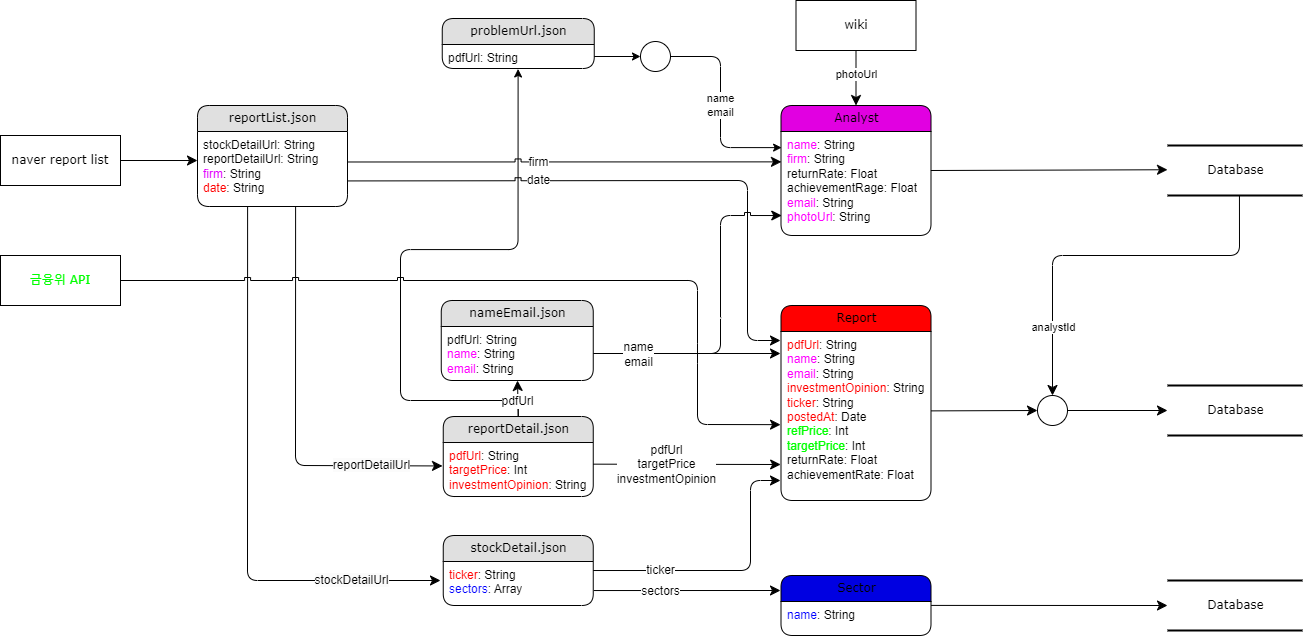
This is diagram/DataFlow.drawio.png from PDA-stockX/research-crawling, a draw.io export, as it was before one commit. Source tidied: cells renumbered, new cells last; positions are measured from the earlier drawing's top-left corner, leaving out a move shared by most shapes.
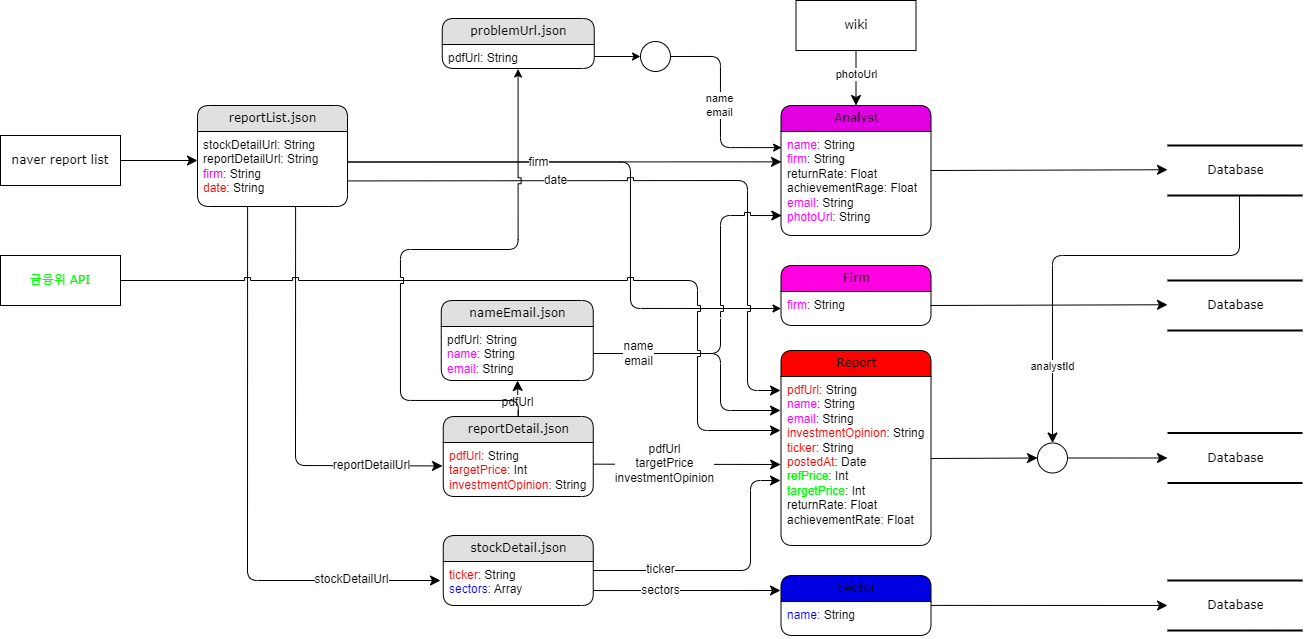
After the change.

Diff of the diagram source:
```diff
@@ -2,21 +2,23 @@
   <root>
     <mxCell id="0" />
     <mxCell id="1" parent="0" />
+    <mxCell id="59" style="edgeStyle=orthogonalEdgeStyle;rounded=1;jettySize=auto;html=1;entryX=0;entryY=0.5;entryDx=0;entryDy=0;exitX=0.999;exitY=0.412;exitDx=0;exitDy=0;exitPerimeter=0;curved=0;" parent="1" edge="1" source="7" target="61">
+      <mxGeometry relative="1" as="geometry">
+        <Array as="points">
+          <mxPoint x="630" y="162" />
+          <mxPoint x="630" y="308" />
+        </Array>
+      </mxGeometry>
+    </mxCell>
     <mxCell id="2" style="edgeStyle=none;html=1;labelBackgroundColor=none;startFill=0;startSize=8;endFill=1;endSize=8;fontFamily=Verdana;fontSize=12;exitX=1;exitY=0.5;exitDx=0;exitDy=0;" parent="1" edge="1" source="37">
       <mxGeometry relative="1" as="geometry">
-        <mxPoint x="780" y="353" as="targetPoint" />
+        <mxPoint x="780" y="410" as="targetPoint" />
+        <Array as="points">
+          <mxPoint x="720" y="353" />
+          <mxPoint x="720" y="410" />
+        </Array>
       </mxGeometry>
     </mxCell>
-    <mxCell id="3" style="edgeStyle=orthogonalEdgeStyle;rounded=1;jettySize=auto;html=1;exitX=0.5;exitY=0;exitDx=0;exitDy=0;entryX=0.499;entryY=1.02;entryDx=0;entryDy=0;entryPerimeter=0;curved=0;" parent="1" edge="1" source="32" target="54">
-      <mxGeometry relative="1" as="geometry">
-        <Array as="points">
-          <mxPoint x="518" y="400" />
-          <mxPoint x="400" y="400" />
-          <mxPoint x="400" y="249" />
-          <mxPoint x="518" y="249" />
-        </Array>
-      </mxGeometry>
-    </mxCell>
     <mxCell id="4" value="naver report list" style="whiteSpace=wrap;html=1;rounded=0;shadow=0;comic=0;labelBackgroundColor=none;strokeWidth=1;fontFamily=Verdana;fontSize=12;align=center;" parent="1" vertex="1">
       <mxGeometry y="135" width="120" height="50" as="geometry" />
     </mxCell>
@@ -72,17 +74,17 @@
       <mxGeometry x="-0.12" relative="1" as="geometry" />
     </mxCell>
     <mxCell id="19" value="Report" style="swimlane;html=1;fontStyle=0;horizontal=1;startSize=26;fillColor=#ff0000;swimlaneFillColor=#ffffff;align=center;rounded=1;shadow=0;comic=0;labelBackgroundColor=none;strokeWidth=1;fontFamily=Verdana;fontSize=12;" parent="1" vertex="1">
-      <mxGeometry x="780.5" y="305" width="150" height="195" as="geometry" />
+      <mxGeometry x="780.5" y="350" width="150" height="195" as="geometry" />
     </mxCell>
     <mxCell id="20" value="&lt;font color=&quot;#ff0000&quot;&gt;pdfUrl&lt;/font&gt;: String&lt;div&gt;&lt;font color=&quot;#ff00ff&quot;&gt;name&lt;/font&gt;: String&lt;font style=&quot;background-color: initial;&quot; color=&quot;#ff0000&quot;&gt;&lt;br&gt;&lt;/font&gt;&lt;/div&gt;&lt;div&gt;&lt;font color=&quot;#ff00ff&quot;&gt;email&lt;/font&gt;: String&lt;br&gt;&lt;/div&gt;&lt;div&gt;&lt;font style=&quot;background-color: initial;&quot; color=&quot;#ff0000&quot;&gt;investmentOpinion&lt;/font&gt;&lt;span style=&quot;background-color: initial;&quot;&gt;: String&lt;/span&gt;&lt;br&gt;&lt;/div&gt;&lt;div&gt;&lt;font color=&quot;#ff0000&quot;&gt;ticker&lt;/font&gt;: String&lt;/div&gt;&lt;div&gt;&lt;font color=&quot;#ff0000&quot;&gt;postedAt&lt;/font&gt;: Date&lt;/div&gt;&lt;div&gt;&lt;font color=&quot;#00ff00&quot;&gt;refPrice&lt;/font&gt;: Int&lt;/div&gt;&lt;div&gt;&lt;font color=&quot;#00ff00&quot;&gt;targetPrice&lt;/font&gt;: Int&lt;/div&gt;&lt;div&gt;returnRate: Float&lt;/div&gt;&lt;div&gt;achievementRate: Float&lt;/div&gt;&lt;div&gt;&lt;br&gt;&lt;/div&gt;" style="text;html=1;strokeColor=none;fillColor=none;spacingLeft=4;spacingRight=4;whiteSpace=wrap;overflow=hidden;points=[[0,0.5],[1,0.5]];portConstraint=eastwest;align=left;" parent="19" vertex="1">
       <mxGeometry y="26" width="150" height="164" as="geometry" />
     </mxCell>
     <mxCell id="21" style="edgeStyle=none;html=1;labelBackgroundColor=none;startFill=0;startSize=8;endFill=1;endSize=8;fontFamily=Verdana;fontSize=12;exitX=0.999;exitY=0.668;exitDx=0;exitDy=0;exitPerimeter=0;jumpStyle=sharp;" parent="1" edge="1" source="7">
       <mxGeometry relative="1" as="geometry">
-        <mxPoint x="780" y="340" as="targetPoint" />
+        <mxPoint x="780" y="390" as="targetPoint" />
         <Array as="points">
           <mxPoint x="747" y="180" />
-          <mxPoint x="747" y="340" />
+          <mxPoint x="747" y="390" />
         </Array>
       </mxGeometry>
     </mxCell>
@@ -157,22 +159,23 @@
     <mxCell id="39" value="pdfUrl" style="edgeLabel;html=1;align=center;verticalAlign=middle;fontSize=12;" parent="38" vertex="1">
       <mxGeometry x="-0.18" y="1" relative="1" as="geometry" />
     </mxCell>
-    <mxCell id="40" style="edgeStyle=none;html=1;labelBackgroundColor=none;startFill=0;startSize=8;endFill=1;endSize=8;fontFamily=Verdana;fontSize=12;exitX=1;exitY=0.5;exitDx=0;exitDy=0;entryX=-0.003;entryY=0.568;entryDx=0;entryDy=0;entryPerimeter=0;jumpStyle=sharp;" parent="1" edge="1" source="14" target="20">
+    <mxCell id="40" style="edgeStyle=none;html=1;labelBackgroundColor=none;startFill=0;startSize=8;endFill=1;endSize=8;fontFamily=Verdana;fontSize=12;exitX=1;exitY=0.5;exitDx=0;exitDy=0;jumpStyle=sharp;" parent="1" edge="1" source="14">
       <mxGeometry relative="1" as="geometry">
+        <mxPoint x="780" y="430" as="targetPoint" />
         <Array as="points">
           <mxPoint x="697" y="280" />
-          <mxPoint x="697" y="424" />
+          <mxPoint x="697" y="430" />
         </Array>
       </mxGeometry>
     </mxCell>
     <mxCell id="41" style="ellipse;whiteSpace=wrap;html=1;rounded=1;shadow=0;comic=0;labelBackgroundColor=none;strokeWidth=1;fontFamily=Verdana;fontSize=12;align=center;" parent="1" vertex="1">
-      <mxGeometry x="1037" y="395" width="30" height="30" as="geometry" />
+      <mxGeometry x="1037" y="442.5" width="30" height="30" as="geometry" />
     </mxCell>
     <mxCell id="42" value="Database" style="html=1;rounded=0;shadow=0;comic=0;labelBackgroundColor=none;strokeWidth=2;fontFamily=Verdana;fontSize=12;align=center;shape=mxgraph.ios7ui.horLines;" parent="1" vertex="1">
       <mxGeometry x="1167" y="145" width="135" height="50" as="geometry" />
     </mxCell>
     <mxCell id="43" value="Database" style="html=1;rounded=0;shadow=0;comic=0;labelBackgroundColor=none;strokeWidth=2;fontFamily=Verdana;fontSize=12;align=center;shape=mxgraph.ios7ui.horLines;" parent="1" vertex="1">
-      <mxGeometry x="1167" y="385" width="135" height="50" as="geometry" />
+      <mxGeometry x="1167" y="432.5" width="135" height="50" as="geometry" />
     </mxCell>
     <mxCell id="44" value="Database" style="html=1;rounded=0;shadow=0;comic=0;labelBackgroundColor=none;strokeWidth=2;fontFamily=Verdana;fontSize=12;align=center;shape=mxgraph.ios7ui.horLines;" parent="1" vertex="1">
       <mxGeometry x="1167" y="580" width="135" height="50" as="geometry" />
@@ -183,7 +186,7 @@
     <mxCell id="46" style="edgeStyle=none;html=1;labelBackgroundColor=none;startFill=0;startSize=8;endFill=1;endSize=8;fontFamily=Verdana;fontSize=12;exitX=1;exitY=0.5;exitDx=0;exitDy=0;" parent="1" edge="1" source="41" target="43">
       <mxGeometry relative="1" as="geometry" />
     </mxCell>
-    <mxCell id="47" style="edgeStyle=none;html=1;labelBackgroundColor=none;startFill=0;startSize=8;endFill=1;endSize=8;fontFamily=Verdana;fontSize=12;entryX=0.5;entryY=0;entryDx=0;entryDy=0;exitX=0.533;exitY=0.991;exitDx=0;exitDy=0;exitPerimeter=0;" parent="1" edge="1" source="42" target="41">
+    <mxCell id="47" style="edgeStyle=none;html=1;labelBackgroundColor=none;startFill=0;startSize=8;endFill=1;endSize=8;fontFamily=Verdana;fontSize=12;entryX=0.5;entryY=0;entryDx=0;entryDy=0;exitX=0.533;exitY=0.991;exitDx=0;exitDy=0;exitPerimeter=0;jumpStyle=sharp;" parent="1" edge="1" source="42" target="41">
       <mxGeometry relative="1" as="geometry">
         <Array as="points">
           <mxPoint x="1239" y="255" />
@@ -194,7 +197,7 @@
     <mxCell id="48" value="analystId" style="edgeLabel;html=1;align=center;verticalAlign=middle;" parent="47" vertex="1">
       <mxGeometry x="0.65" relative="1" as="geometry" />
     </mxCell>
-    <mxCell id="49" style="edgeStyle=none;html=1;labelBackgroundColor=none;startFill=0;startSize=8;endFill=1;endSize=8;fontFamily=Verdana;fontSize=12;entryX=0;entryY=0.5;entryDx=0;entryDy=0;exitX=1;exitY=0.484;exitDx=0;exitDy=0;exitPerimeter=0;" parent="1" edge="1" source="20" target="41">
+    <mxCell id="49" style="edgeStyle=none;html=1;labelBackgroundColor=none;startFill=0;startSize=8;endFill=1;endSize=8;fontFamily=Verdana;fontSize=12;entryX=0;entryY=0.5;entryDx=0;entryDy=0;exitX=1;exitY=0.5;exitDx=0;exitDy=0;" parent="1" edge="1" source="20" target="41">
       <mxGeometry relative="1" as="geometry" />
     </mxCell>
     <mxCell id="50" style="edgeStyle=none;html=1;labelBackgroundColor=none;startFill=0;startSize=8;endFill=1;endSize=8;fontFamily=Verdana;fontSize=12;entryX=0;entryY=0.5;entryDx=0;entryDy=0;entryPerimeter=0;exitX=1.001;exitY=0.115;exitDx=0;exitDy=0;exitPerimeter=0;" parent="1" edge="1" source="24" target="44">
@@ -229,5 +232,29 @@
     <mxCell id="58" style="ellipse;whiteSpace=wrap;html=1;rounded=1;shadow=0;comic=0;labelBackgroundColor=none;strokeWidth=1;fontFamily=Verdana;fontSize=12;align=center;" parent="1" vertex="1">
       <mxGeometry x="640" y="41" width="30" height="30" as="geometry" />
     </mxCell>
+    <mxCell id="60" value="Firm" style="swimlane;html=1;fontStyle=0;horizontal=1;startSize=26;fillColor=#ff00e1;swimlaneFillColor=#ffffff;align=center;rounded=1;shadow=0;comic=0;labelBackgroundColor=none;strokeWidth=1;fontFamily=Verdana;fontSize=12;" parent="1" vertex="1">
+      <mxGeometry x="780.5" y="265" width="150" height="60" as="geometry" />
+    </mxCell>
+    <mxCell id="61" value="&lt;span style=&quot;color: rgb(255, 0, 255);&quot;&gt;firm&lt;/span&gt;: String" style="text;html=1;strokeColor=none;fillColor=none;spacingLeft=4;spacingRight=4;whiteSpace=wrap;overflow=hidden;points=[[0,0.5],[1,0.5]];portConstraint=eastwest;align=left;" parent="60" vertex="1">
+      <mxGeometry y="26" width="150" height="34" as="geometry" />
+    </mxCell>
+    <mxCell id="3" style="edgeStyle=orthogonalEdgeStyle;rounded=1;jettySize=auto;html=1;exitX=0.5;exitY=0;exitDx=0;exitDy=0;entryX=0.499;entryY=1.02;entryDx=0;entryDy=0;entryPerimeter=0;curved=0;jumpStyle=sharp;" parent="1" edge="1" source="32" target="54">
+      <mxGeometry relative="1" as="geometry">
+        <Array as="points">
+          <mxPoint x="518" y="400" />
+          <mxPoint x="400" y="400" />
+          <mxPoint x="400" y="249" />
+          <mxPoint x="518" y="249" />
+        </Array>
+      </mxGeometry>
+    </mxCell>
+    <mxCell id="62" value="Database" style="html=1;rounded=0;shadow=0;comic=0;labelBackgroundColor=none;strokeWidth=2;fontFamily=Verdana;fontSize=12;align=center;shape=mxgraph.ios7ui.horLines;" parent="1" vertex="1">
+      <mxGeometry x="1167" y="280" width="135" height="50" as="geometry" />
+    </mxCell>
+    <mxCell id="63" style="edgeStyle=none;html=1;labelBackgroundColor=none;startFill=0;startSize=8;endFill=1;endSize=8;fontFamily=Verdana;fontSize=12;entryX=0;entryY=0.485;entryDx=0;entryDy=0;entryPerimeter=0;exitX=0.999;exitY=0.375;exitDx=0;exitDy=0;exitPerimeter=0;" parent="1" edge="1" target="62">
+      <mxGeometry relative="1" as="geometry">
+        <mxPoint x="930" y="305" as="sourcePoint" />
+      </mxGeometry>
+    </mxCell>
   </root>
 </mxGraphModel>
```
